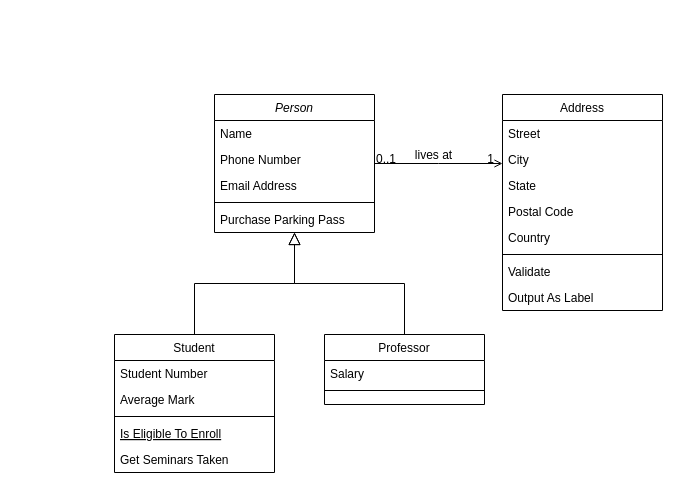
rajkalemsft/component-mapping keeps this draw.io diagram as Untitled Diagram.drawio. Above is the earlier version. Source tidied: cells renumbered, new cells numbered last; positions are measured from the earlier drawing's top-left corner, leaving out a move shared by most shapes. Both pictures are drawn from the tidied source at 100%, with x=0, y=0 at pixel (114, 94).
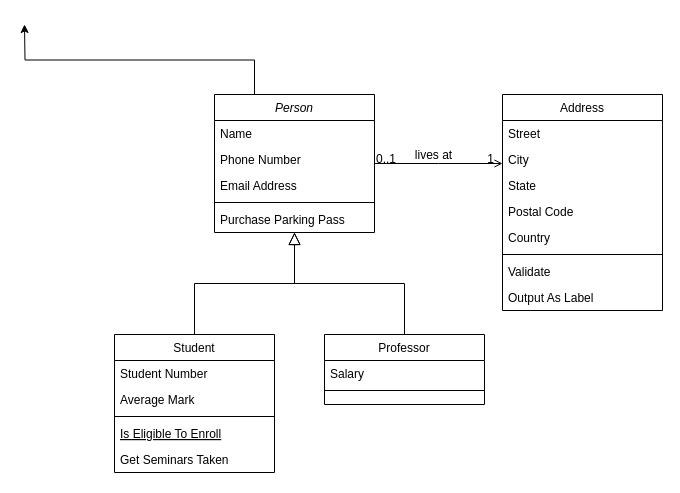
After the change.

Unchanged cells that the change refers to:
```xml
<mxCell id="2" value="Person" style="swimlane;fontStyle=2;align=center;verticalAlign=top;horizontal=1;startSize=26;rounded=0;shadow=0;strokeWidth=1;" parent="1" vertex="1">
  <mxGeometry x="100" width="160" height="138" as="geometry" />
</mxCell>
```

What changed in the source:
```diff
@@
+    <mxCell id="32" style="edgeStyle=orthogonalEdgeStyle;rounded=0;jettySize=auto;html=1;exitX=0.25;exitY=0;exitDx=0;exitDy=0;" parent="1" edge="1" source="2">
+      <mxGeometry relative="1" as="geometry">
+        <mxPoint x="-90" y="-70" as="targetPoint" />
+      </mxGeometry>
+    </mxCell>
```
